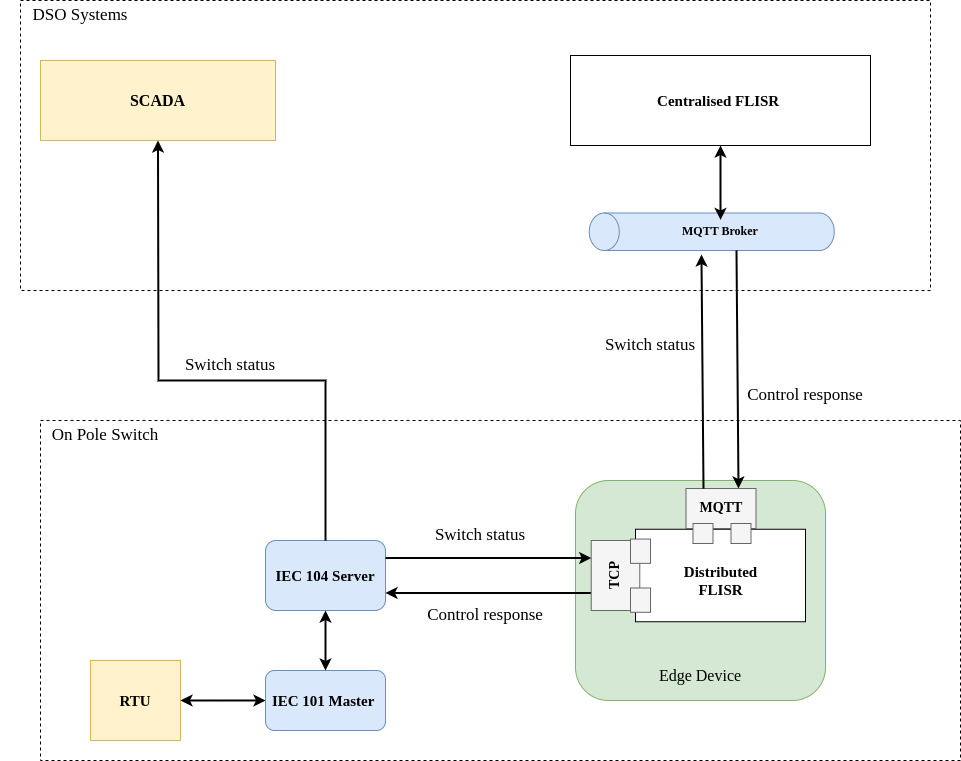
The draw.io diagram src/images/fig_rtu_interaction.png in dLeniston/flisr-edge-dissertation, before a commit. Source tidied: cells renumbered, new cells last; positions are measured from the earlier drawing's top-left corner, leaving out a move shared by most shapes.
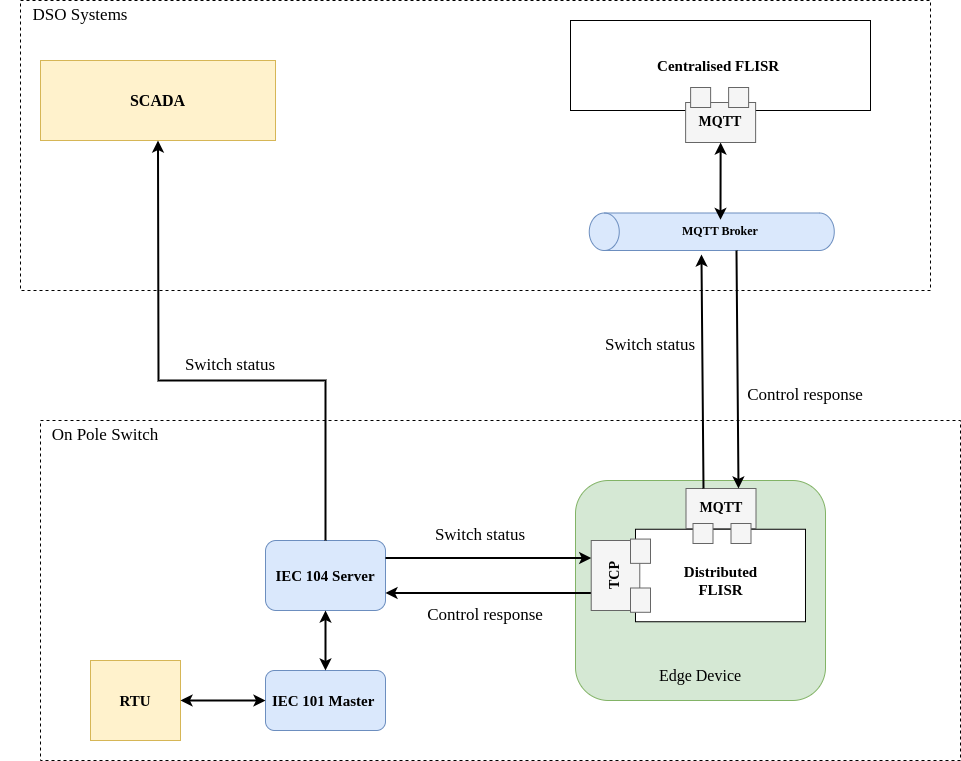
After the commit.

Diff of the diagram source:
```diff
@@ -80,7 +80,7 @@
       <mxGeometry x="650" y="660" width="100" height="30" as="geometry" />
     </mxCell>
     <mxCell id="26" value="&lt;b&gt;&lt;font face=&quot;Times New Roman&quot; style=&quot;font-size: 15px;&quot;&gt;Centralised FLISR&amp;nbsp;&lt;/font&gt;&lt;/b&gt;" style="rounded=0;whiteSpace=wrap;html=1;" parent="1" vertex="1">
-      <mxGeometry x="570" y="55" width="300" height="90" as="geometry" />
+      <mxGeometry x="570" y="20" width="300" height="90" as="geometry" />
     </mxCell>
     <mxCell id="27" style="shape=cylinder3;whiteSpace=wrap;html=1;boundedLbl=1;backgroundOutline=1;size=15;rotation=-90;fillColor=#dae8fc;strokeColor=#6c8ebf;" parent="1" vertex="1">
       <mxGeometry x="692.5" y="108.8" width="37.5" height="245" as="geometry" />
@@ -88,7 +88,7 @@
     <mxCell id="28" value="&lt;b&gt;&lt;font face=&quot;Times New Roman&quot;&gt;MQTT Broker&lt;/font&gt;&lt;/b&gt;" style="text;html=1;strokeColor=none;fillColor=none;align=center;verticalAlign=middle;whiteSpace=wrap;rounded=0;" parent="1" vertex="1">
       <mxGeometry x="663.1" y="219.4" width="113.8" height="23.8" as="geometry" />
     </mxCell>
-    <mxCell id="29" style="endArrow=classic;startArrow=classic;html=1;rounded=0;entryX=0.5;entryY=1;entryDx=0;entryDy=0;exitX=0.5;exitY=0;exitDx=0;exitDy=0;strokeWidth=2;" parent="1" edge="1" source="28" target="26">
+    <mxCell id="29" style="endArrow=classic;startArrow=classic;html=1;rounded=0;exitX=0.5;exitY=0;exitDx=0;exitDy=0;strokeWidth=2;entryX=0.5;entryY=1;entryDx=0;entryDy=0;" parent="1" edge="1" source="28" target="39">
       <mxGeometry relative="1" as="geometry" />
     </mxCell>
     <mxCell id="30" style="endArrow=classic;startArrow=none;html=1;rounded=0;exitX=0.25;exitY=0;exitDx=0;exitDy=0;entryX=-0.107;entryY=0.458;entryDx=0;entryDy=0;entryPerimeter=0;strokeWidth=2;startFill=0;" parent="1" edge="1" source="21" target="27">
@@ -115,5 +115,17 @@
     <mxCell id="37" value="&lt;font style=&quot;font-size: 17px;&quot; face=&quot;Times New Roman&quot;&gt;Switch status&lt;/font&gt;" style="text;html=1;strokeColor=none;fillColor=none;align=center;verticalAlign=middle;whiteSpace=wrap;rounded=0;" parent="1" vertex="1">
       <mxGeometry x="430" y="520" width="100" height="30" as="geometry" />
     </mxCell>
+    <mxCell id="38" style="group;rotation=-90;" parent="1" vertex="1">
+      <mxGeometry x="693.1" y="80" width="55" height="70" as="geometry" />
+    </mxCell>
+    <mxCell id="39" value="&lt;font style=&quot;font-size: 14px;&quot; color=&quot;#000000&quot; face=&quot;Times New Roman&quot;&gt;&lt;b&gt;MQTT&lt;/b&gt;&lt;/font&gt;" style="rounded=0;whiteSpace=wrap;html=1;rotation=0;fillColor=#f5f5f5;fontColor=#333333;strokeColor=#666666;" parent="38" vertex="1">
+      <mxGeometry x="-8" y="22" width="70" height="40" as="geometry" />
+    </mxCell>
+    <mxCell id="40" style="rounded=0;whiteSpace=wrap;html=1;fillColor=#f5f5f5;fontColor=#333333;strokeColor=#666666;rotation=-90;" parent="38" vertex="1">
+      <mxGeometry x="35" y="7" width="20" height="20" as="geometry" />
+    </mxCell>
+    <mxCell id="41" style="rounded=0;whiteSpace=wrap;html=1;fillColor=#f5f5f5;fontColor=#333333;strokeColor=#666666;rotation=-90;" parent="38" vertex="1">
+      <mxGeometry x="-3" y="7" width="20" height="20" as="geometry" />
+    </mxCell>
   </root>
 </mxGraphModel>
```
